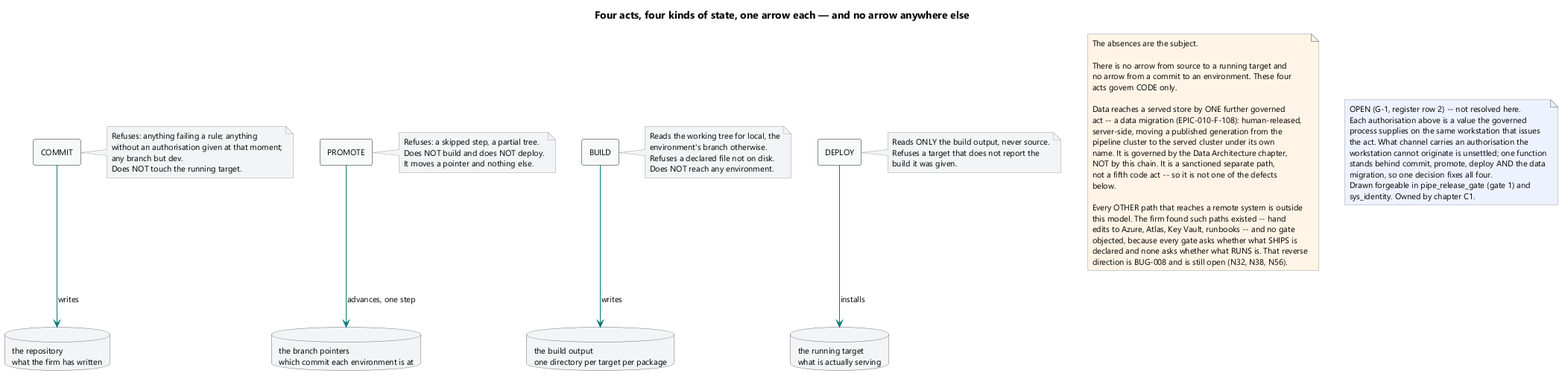
SkipSnow/ChatHealthyRepo keeps this PlantUML diagram as brain/machine_artifacts/diagramsAndImages/rendered/dev_four_acts.png. Above is the earlier version.
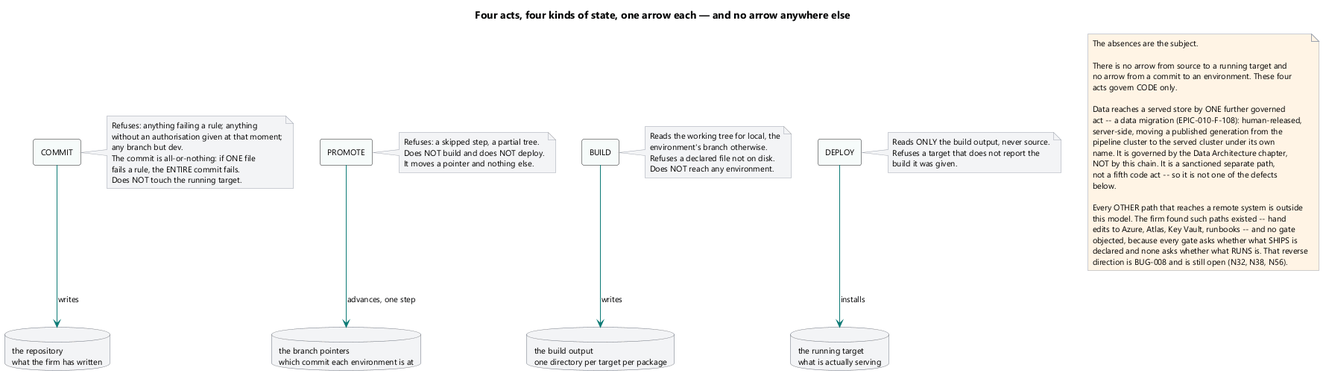
Above is the later version.

The edit, as a diff of the source:
```diff
@@ -29,6 +29,8 @@
   Refuses: anything failing a rule; anything
   without an authorisation given at that moment;
   any branch but dev.
+  The commit is all-or-nothing: if ONE file
+  fails a rule, the ENTIRE commit fails.
   Does NOT touch the running target.
 end note
 
@@ -75,16 +77,4 @@
   direction is BUG-008 and is still open (N32, N38, N56).
 end note
 
-note as AUTH #eef2ff
-  OPEN (G-1, register row 2) -- not resolved here.
-  Each authorisation above is a value the governed
-  process supplies on the same workstation that issues
-  the act. What channel carries an authorisation the
-  workstation cannot originate is unsettled; one function
-  stands behind commit, promote, deploy AND the data
-  migration, so one decision fixes all four.
-  Drawn forgeable in pipe_release_gate (gate 1) and
-  sys_identity. Owned by chapter C1.
-end note
-
 @enduml
```
